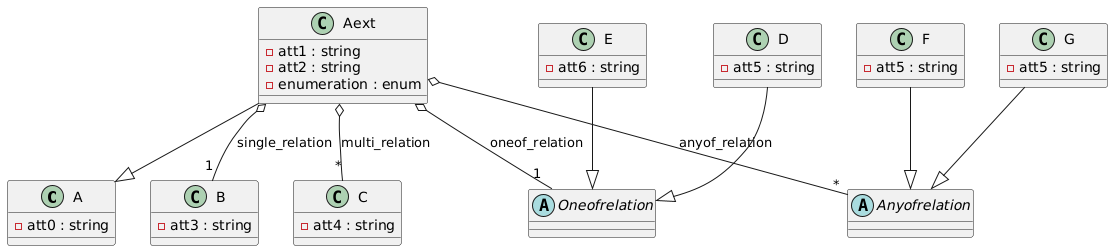
Above: diagram.png in avzdk/openapi2uml (PlantUML), before the change.
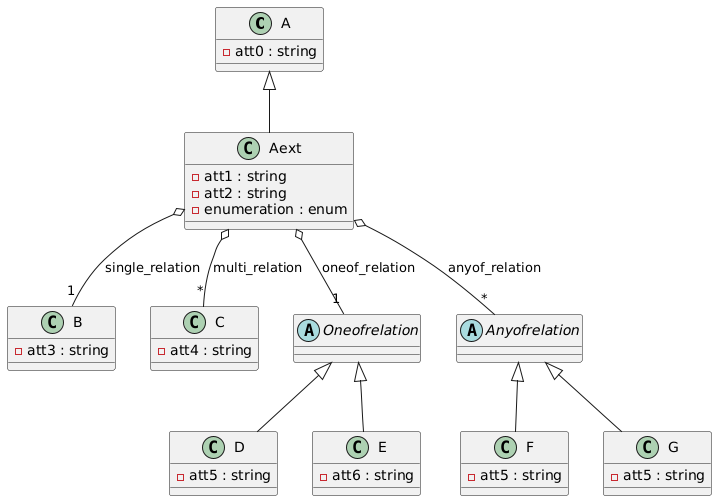
After the commit.

Commit message:
Vender generalisering om

Diff of the diagram source:
```diff
@@ -32,10 +32,10 @@
 Aext o-- "1" B : single_relation
 Aext o-- "*" C : multi_relation
 Aext o-- "1" Oneofrelation : oneof_relation
-D --|> Oneofrelation
-E --|> Oneofrelation
+Oneofrelation <|-- D
+Oneofrelation <|-- E
 Aext o-- "*" Anyofrelation : anyof_relation
-F --|> Anyofrelation
-G --|> Anyofrelation
-Aext --|> A
+Anyofrelation <|-- F
+Anyofrelation <|-- G
+A <|-- Aext
 @enduml
```
